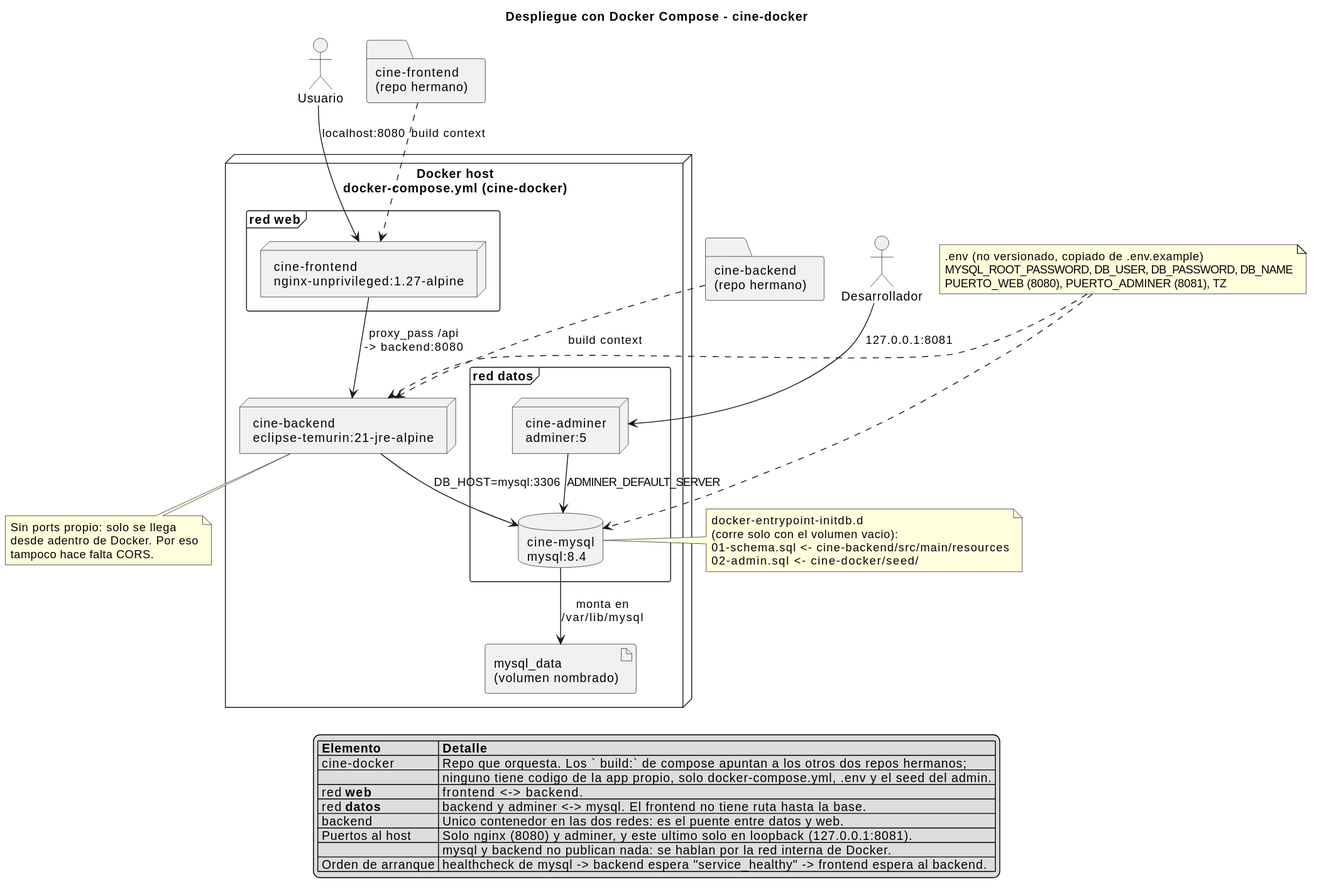
andreiveisuade/cine-uade keeps this PlantUML diagram as cine-backend/docs/diagramas/docker-despliegue.svg. Above is the earlier version. Source of this version:
```plantuml
@startuml
title Despliegue con Docker Compose - cine-docker

skinparam nodesep 20
skinparam ranksep 45

actor "Usuario" as usuario

folder "cine-frontend\n(repo hermano)" as repoFrontend
folder "cine-backend\n(repo hermano)" as repoBackend

node "Docker host\ndocker-compose.yml (cine-docker)" {
  frame "red **web**" {
    node "cine-frontend\nnginx-unprivileged:1.27-alpine" as frontend
  }

  node "cine-backend\neclipse-temurin:21-jre-alpine" as backend

  frame "red **datos**" {
    database "cine-mysql\nmysql:8.4" as mysql
    node "cine-adminer\nadminer:5" as adminer
  }

  artifact "mysql_data\n(volumen nombrado)" as vol
}

actor "Desarrollador" as dev

repoFrontend .down.> frontend : build context
repoBackend .down.> backend : build context

usuario --> frontend : "localhost:8080"
dev --> adminer : "127.0.0.1:8081"

frontend --> backend : proxy_pass /api\n-> backend:8080
backend --> mysql : DB_HOST=mysql:3306
adminer --> mysql : ADMINER_DEFAULT_SERVER
mysql --> vol : monta en\n/var/lib/mysql

note right of mysql
  docker-entrypoint-initdb.d
  (corre solo con el volumen vacio):
  01-schema.sql <- cine-backend/src/main/resources
  02-admin.sql  <- cine-docker/seed/
end note

note bottom of backend
  Sin ports propio: solo se llega
  desde adentro de Docker. Por eso
  tampoco hace falta CORS.
end note

note as envNote
  .env (no versionado, copiado de .env.example)
  MYSQL_ROOT_PASSWORD, DB_USER, DB_PASSWORD, DB_NAME
  PUERTO_WEB (8080), PUERTO_ADMINER (8081), TZ
end note
envNote ..> mysql
envNote ..> backend

legend bottom
  |= Elemento |= Detalle |
  | cine-docker | Repo que orquesta. Los ` build:` de compose apuntan a los otros dos repos hermanos; |
  |  | ninguno tiene codigo de la app propio, solo docker-compose.yml, .env y el seed del admin. |
  | red **web** | frontend <-> backend. |
  | red **datos** | backend y adminer <-> mysql. El frontend no tiene ruta hasta la base. |
  | backend | Unico contenedor en las dos redes: es el puente entre datos y web. |
  | Puertos al host | Solo nginx (8080) y adminer, y este ultimo solo en loopback (127.0.0.1:8081). |
  |  | mysql y backend no publican nada: se hablan por la red interna de Docker. |
  | Orden de arranque | healthcheck de mysql -> backend espera "service_healthy" -> frontend espera al backend. |
endlegend
@enduml
```
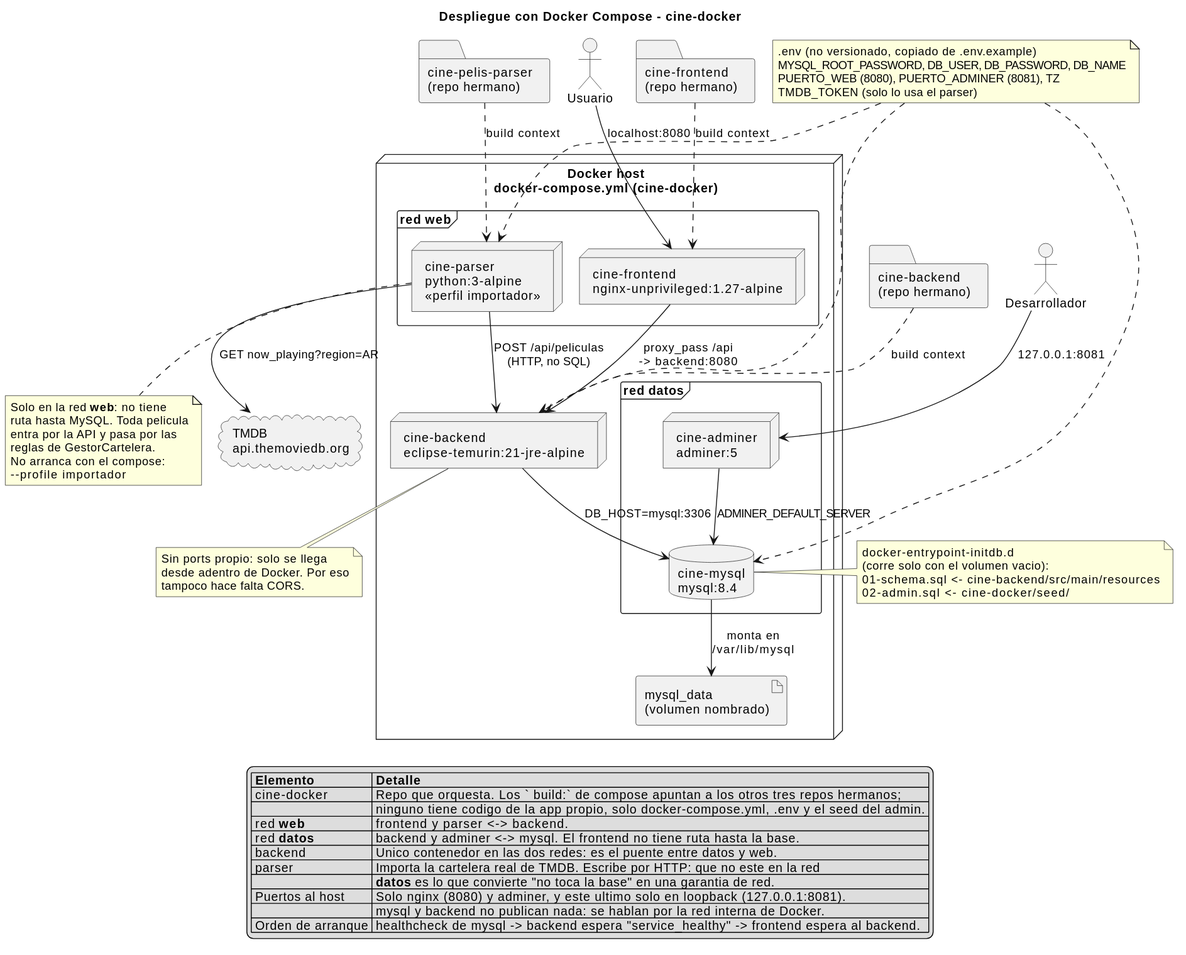
The same file after the commit.

Commit message:
docs: el importador de la cartelera real, y poner al dia las cuentas

What changed in the source:
```diff
@@ -8,10 +8,12 @@
 
 folder "cine-frontend\n(repo hermano)" as repoFrontend
 folder "cine-backend\n(repo hermano)" as repoBackend
+folder "cine-pelis-parser\n(repo hermano)" as repoParser
 
 node "Docker host\ndocker-compose.yml (cine-docker)" {
   frame "red **web**" {
     node "cine-frontend\nnginx-unprivileged:1.27-alpine" as frontend
+    node "cine-parser\npython:3-alpine\n<<perfil importador>>" as parser
   }
 
   node "cine-backend\neclipse-temurin:21-jre-alpine" as backend
@@ -25,14 +27,18 @@
 }
 
 actor "Desarrollador" as dev
+cloud "TMDB\napi.themoviedb.org" as tmdb
 
 repoFrontend .down.> frontend : build context
 repoBackend .down.> backend : build context
+repoParser .down.> parser : build context
 
 usuario --> frontend : "localhost:8080"
 dev --> adminer : "127.0.0.1:8081"
 
 frontend --> backend : proxy_pass /api\n-> backend:8080
+parser --> backend : POST /api/peliculas\n(HTTP, no SQL)
+parser --> tmdb : GET now_playing?region=AR
 backend --> mysql : DB_HOST=mysql:3306
 adminer --> mysql : ADMINER_DEFAULT_SERVER
 mysql --> vol : monta en\n/var/lib/mysql
@@ -50,21 +56,34 @@
   tampoco hace falta CORS.
 end note
 
+note bottom of parser
+  Solo en la red **web**: no tiene
+  ruta hasta MySQL. Toda pelicula
+  entra por la API y pasa por las
+  reglas de GestorCartelera.
+  No arranca con el compose:
+  --profile importador
+end note
+
 note as envNote
   .env (no versionado, copiado de .env.example)
   MYSQL_ROOT_PASSWORD, DB_USER, DB_PASSWORD, DB_NAME
   PUERTO_WEB (8080), PUERTO_ADMINER (8081), TZ
+  TMDB_TOKEN (solo lo usa el parser)
 end note
 envNote ..> mysql
 envNote ..> backend
+envNote ..> parser
 
 legend bottom
   |= Elemento |= Detalle |
-  | cine-docker | Repo que orquesta. Los ` build:` de compose apuntan a los otros dos repos hermanos; |
+  | cine-docker | Repo que orquesta. Los ` build:` de compose apuntan a los otros tres repos hermanos; |
   |  | ninguno tiene codigo de la app propio, solo docker-compose.yml, .env y el seed del admin. |
-  | red **web** | frontend <-> backend. |
+  | red **web** | frontend y parser <-> backend. |
   | red **datos** | backend y adminer <-> mysql. El frontend no tiene ruta hasta la base. |
   | backend | Unico contenedor en las dos redes: es el puente entre datos y web. |
+  | parser | Importa la cartelera real de TMDB. Escribe por HTTP: que no este en la red |
+  |  | **datos** es lo que convierte "no toca la base" en una garantia de red. |
   | Puertos al host | Solo nginx (8080) y adminer, y este ultimo solo en loopback (127.0.0.1:8081). |
   |  | mysql y backend no publican nada: se hablan por la red interna de Docker. |
   | Orden de arranque | healthcheck de mysql -> backend espera "service_healthy" -> frontend espera al backend. |
```
